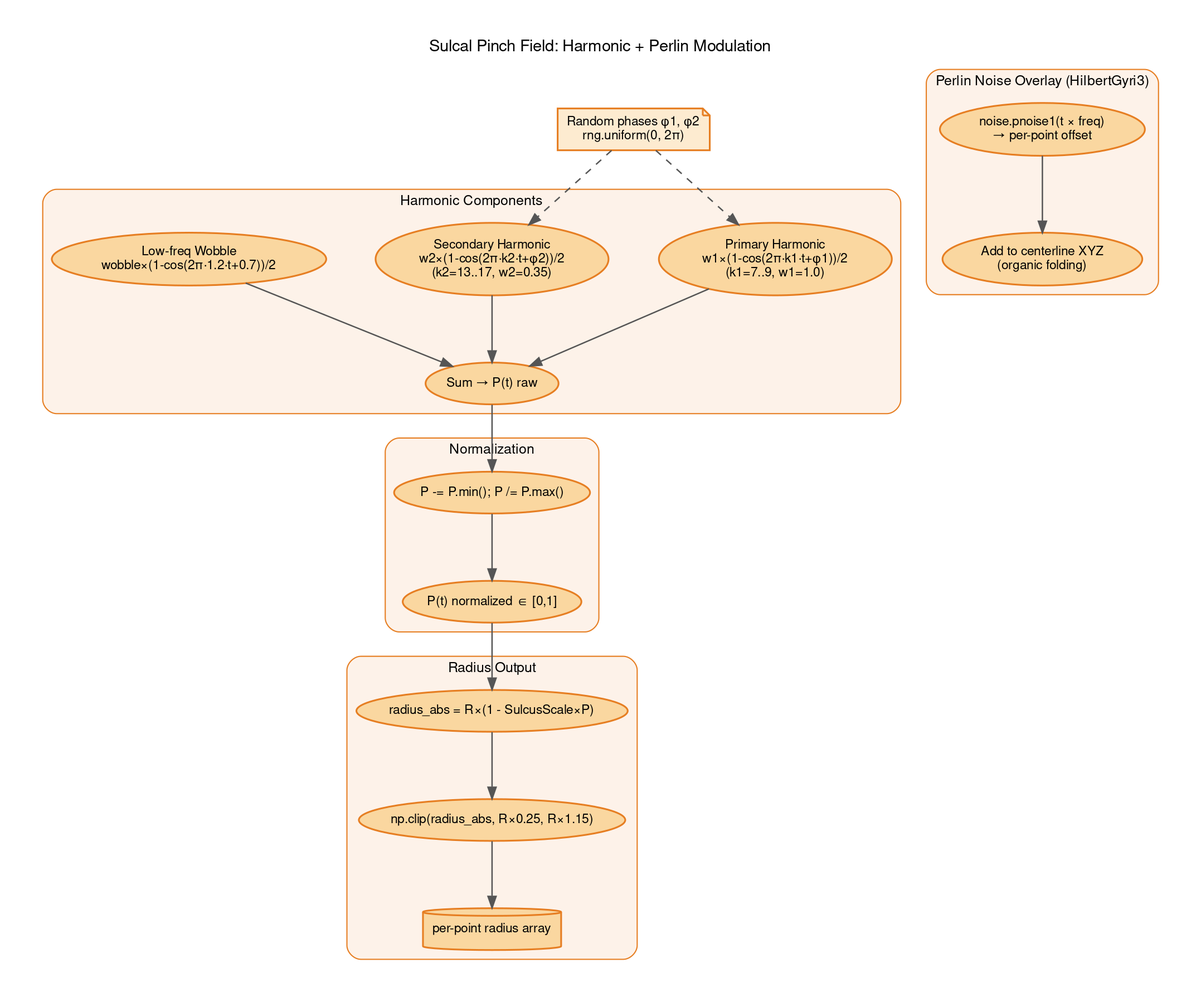
Above: docs/diagrams_25/04_noise_modulation.png in danindiana/hilbertbrane (Graphviz), before the change. Its source is kept beside it as docs/diagrams_25/04_noise_modulation.dot. Source of this version:
```dot
digraph G {
    graph [
        fontname="Helvetica,Arial,sans-serif"
        bgcolor="#ffffff"
        splines=spline
        nodesep=0.6
        ranksep=0.8
        pad=0.4
        labelloc="t"
        labeljust="c"
        fontsize=14
    ]
    node [fontname="Helvetica,Arial,sans-serif" fontsize=11 style="filled,rounded" penwidth=1.5]
    edge [fontname="Helvetica,Arial,sans-serif" fontsize=9 color="#555555" penwidth=1.2]
    graph [label="Sulcal Pinch Field: Harmonic + Perlin Modulation" rankdir="TB"]

    subgraph cluster_harm {
        label="Harmonic Components"
        style="filled,rounded" fillcolor="#FDF2E9" color="#E67E22" fontsize=12
        fontname="Helvetica,Arial,sans-serif"

        h1 [label="Primary Harmonic\nw1×(1-cos(2π·k1·t+φ1))/2\n(k1=7..9, w1=1.0)" fillcolor="#FAD7A0" color="#E67E22"]
        h2 [label="Secondary Harmonic\nw2×(1-cos(2π·k2·t+φ2))/2\n(k2=13..17, w2=0.35)" fillcolor="#FAD7A0" color="#E67E22"]
        h3 [label="Low-freq Wobble\nwobble×(1-cos(2π·1.2·t+0.7))/2" fillcolor="#FAD7A0" color="#E67E22"]
        hsum [label="Sum → P(t) raw" fillcolor="#FAD7A0" color="#E67E22"]
        h1 -> hsum
        h2 -> hsum
        h3 -> hsum
    }

    subgraph cluster_norm {
        label="Normalization"
        style="filled,rounded" fillcolor="#FDF2E9" color="#E67E22" fontsize=12
        fontname="Helvetica,Arial,sans-serif"

        n1 [label="P -= P.min(); P /= P.max()" fillcolor="#FAD7A0" color="#E67E22"]
        n2 [label="P(t) normalized ∈ [0,1]" fillcolor="#FAD7A0" color="#E67E22"]
        n1 -> n2
    }

    subgraph cluster_perlin {
        label="Perlin Noise Overlay (HilbertGyri3)"
        style="filled,rounded" fillcolor="#FDF2E9" color="#E67E22" fontsize=12
        fontname="Helvetica,Arial,sans-serif"

        pn1 [label="noise.pnoise1(t × freq)\n→ per-point offset" fillcolor="#FAD7A0" color="#E67E22"]
        pn2 [label="Add to centerline XYZ\n(organic folding)" shape=ellipse fillcolor="#FAD7A0" color="#E67E22"]
        pn1 -> pn2
    }

    subgraph cluster_out {
        label="Radius Output"
        style="filled,rounded" fillcolor="#FDF2E9" color="#E67E22" fontsize=12
        fontname="Helvetica,Arial,sans-serif"

        ro1 [label="radius_abs = R×(1 - SulcusScale×P)" fillcolor="#FAD7A0" color="#E67E22"]
        ro2 [label="np.clip(radius_abs, R×0.25, R×1.15)" fillcolor="#FAD7A0" color="#E67E22"]
        ro3 [label="per-point radius array" shape=cylinder fillcolor="#FAD7A0" color="#E67E22"]
        ro1 -> ro2 -> ro3
    }

    phases [label="Random phases φ1, φ2\nrng.uniform(0, 2π)" shape=note fillcolor="#FDEBD0" color="#E67E22"]
    hsum -> n1
    n2 -> ro1
    phases -> h1 [style=dashed]
    phases -> h2 [style=dashed]
}
```
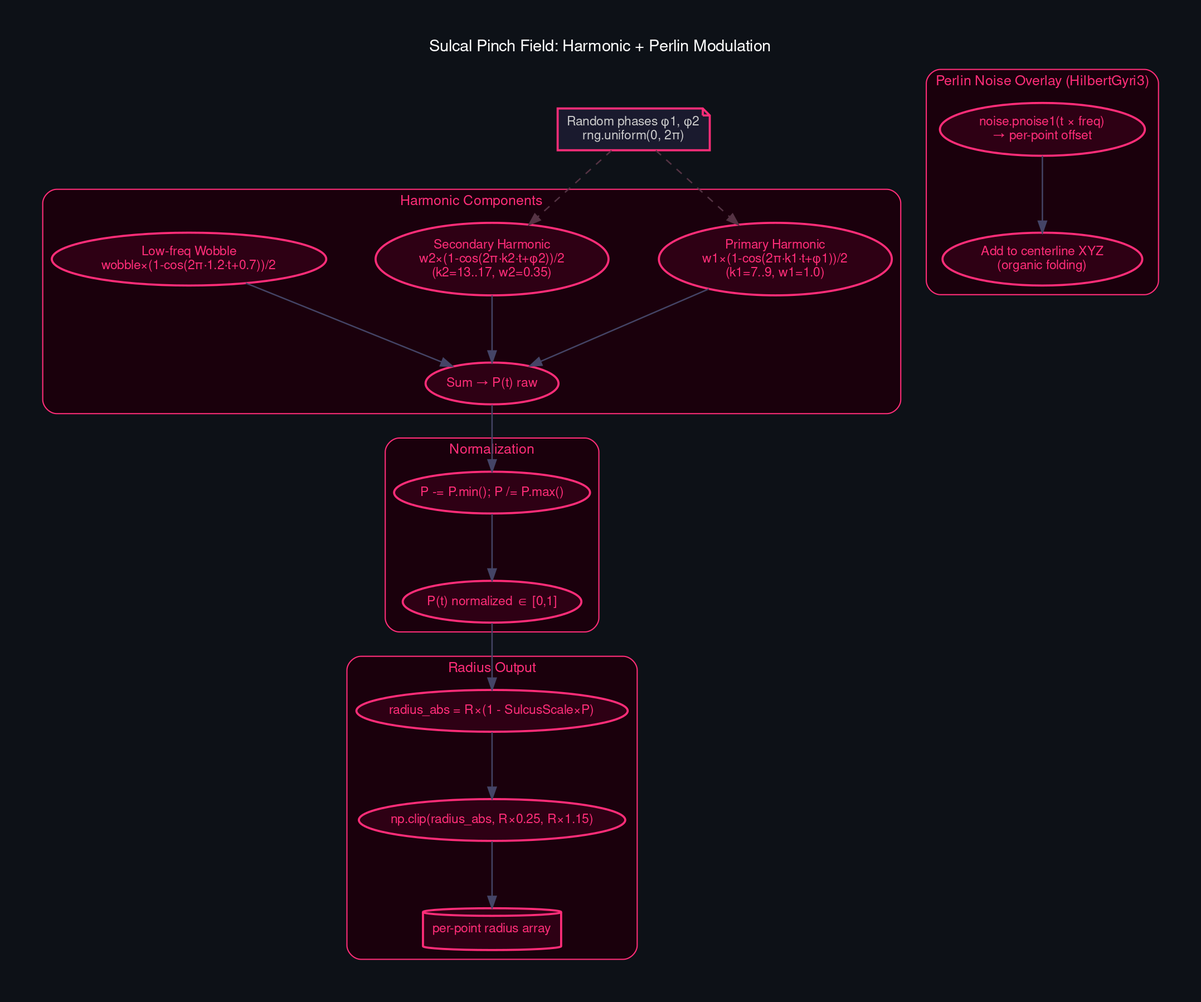
After the commit.

Change to the diagram source:
```diff
@@ -1,7 +1,8 @@
 digraph G {
     graph [
         fontname="Helvetica,Arial,sans-serif"
-        bgcolor="#ffffff"
+        bgcolor="#0d1117"
+        fontcolor="white"
         splines=spline
         nodesep=0.6
         ranksep=0.8
@@ -10,19 +11,19 @@
         labeljust="c"
         fontsize=14
     ]
-    node [fontname="Helvetica,Arial,sans-serif" fontsize=11 style="filled,rounded" penwidth=1.5]
-    edge [fontname="Helvetica,Arial,sans-serif" fontsize=9 color="#555555" penwidth=1.2]
+    node [fontname="Helvetica,Arial,sans-serif" fontsize=11 style="filled,rounded" penwidth=1.8 fontcolor="white"]
+    edge [fontname="Helvetica,Arial,sans-serif" fontsize=9 color="#444466" penwidth=1.2 fontcolor="#aaaacc"]
     graph [label="Sulcal Pinch Field: Harmonic + Perlin Modulation" rankdir="TB"]
 
     subgraph cluster_harm {
         label="Harmonic Components"
-        style="filled,rounded" fillcolor="#FDF2E9" color="#E67E22" fontsize=12
-        fontname="Helvetica,Arial,sans-serif"
+        style="filled,rounded" fillcolor="#1a000c" color="#ff2d78" fontsize=12
+        fontname="Helvetica,Arial,sans-serif" fontcolor="#ff2d78"
 
-        h1 [label="Primary Harmonic\nw1×(1-cos(2π·k1·t+φ1))/2\n(k1=7..9, w1=1.0)" fillcolor="#FAD7A0" color="#E67E22"]
-        h2 [label="Secondary Harmonic\nw2×(1-cos(2π·k2·t+φ2))/2\n(k2=13..17, w2=0.35)" fillcolor="#FAD7A0" color="#E67E22"]
-        h3 [label="Low-freq Wobble\nwobble×(1-cos(2π·1.2·t+0.7))/2" fillcolor="#FAD7A0" color="#E67E22"]
-        hsum [label="Sum → P(t) raw" fillcolor="#FAD7A0" color="#E67E22"]
+        h1 [label="Primary Harmonic\nw1×(1-cos(2π·k1·t+φ1))/2\n(k1=7..9, w1=1.0)" fillcolor="#2e0014" color="#ff2d78" fontcolor="#ff2d78"]
+        h2 [label="Secondary Harmonic\nw2×(1-cos(2π·k2·t+φ2))/2\n(k2=13..17, w2=0.35)" fillcolor="#2e0014" color="#ff2d78" fontcolor="#ff2d78"]
+        h3 [label="Low-freq Wobble\nwobble×(1-cos(2π·1.2·t+0.7))/2" fillcolor="#2e0014" color="#ff2d78" fontcolor="#ff2d78"]
+        hsum [label="Sum → P(t) raw" fillcolor="#2e0014" color="#ff2d78" fontcolor="#ff2d78"]
         h1 -> hsum
         h2 -> hsum
         h3 -> hsum
@@ -30,38 +31,38 @@
 
     subgraph cluster_norm {
         label="Normalization"
-        style="filled,rounded" fillcolor="#FDF2E9" color="#E67E22" fontsize=12
-        fontname="Helvetica,Arial,sans-serif"
+        style="filled,rounded" fillcolor="#1a000c" color="#ff2d78" fontsize=12
+        fontname="Helvetica,Arial,sans-serif" fontcolor="#ff2d78"
 
-        n1 [label="P -= P.min(); P /= P.max()" fillcolor="#FAD7A0" color="#E67E22"]
-        n2 [label="P(t) normalized ∈ [0,1]" fillcolor="#FAD7A0" color="#E67E22"]
+        n1 [label="P -= P.min(); P /= P.max()" fillcolor="#2e0014" color="#ff2d78" fontcolor="#ff2d78"]
+        n2 [label="P(t) normalized ∈ [0,1]" fillcolor="#2e0014" color="#ff2d78" fontcolor="#ff2d78"]
         n1 -> n2
     }
 
     subgraph cluster_perlin {
         label="Perlin Noise Overlay (HilbertGyri3)"
-        style="filled,rounded" fillcolor="#FDF2E9" color="#E67E22" fontsize=12
-        fontname="Helvetica,Arial,sans-serif"
+        style="filled,rounded" fillcolor="#1a000c" color="#ff2d78" fontsize=12
+        fontname="Helvetica,Arial,sans-serif" fontcolor="#ff2d78"
 
-        pn1 [label="noise.pnoise1(t × freq)\n→ per-point offset" fillcolor="#FAD7A0" color="#E67E22"]
-        pn2 [label="Add to centerline XYZ\n(organic folding)" shape=ellipse fillcolor="#FAD7A0" color="#E67E22"]
+        pn1 [label="noise.pnoise1(t × freq)\n→ per-point offset" fillcolor="#2e0014" color="#ff2d78" fontcolor="#ff2d78"]
+        pn2 [label="Add to centerline XYZ\n(organic folding)" shape=ellipse fillcolor="#2e0014" color="#ff2d78" fontcolor="#ff2d78"]
         pn1 -> pn2
     }
 
     subgraph cluster_out {
         label="Radius Output"
-        style="filled,rounded" fillcolor="#FDF2E9" color="#E67E22" fontsize=12
-        fontname="Helvetica,Arial,sans-serif"
+        style="filled,rounded" fillcolor="#1a000c" color="#ff2d78" fontsize=12
+        fontname="Helvetica,Arial,sans-serif" fontcolor="#ff2d78"
 
-        ro1 [label="radius_abs = R×(1 - SulcusScale×P)" fillcolor="#FAD7A0" color="#E67E22"]
-        ro2 [label="np.clip(radius_abs, R×0.25, R×1.15)" fillcolor="#FAD7A0" color="#E67E22"]
-        ro3 [label="per-point radius array" shape=cylinder fillcolor="#FAD7A0" color="#E67E22"]
+        ro1 [label="radius_abs = R×(1 - SulcusScale×P)" fillcolor="#2e0014" color="#ff2d78" fontcolor="#ff2d78"]
+        ro2 [label="np.clip(radius_abs, R×0.25, R×1.15)" fillcolor="#2e0014" color="#ff2d78" fontcolor="#ff2d78"]
+        ro3 [label="per-point radius array" shape=cylinder fillcolor="#2e0014" color="#ff2d78" fontcolor="#ff2d78"]
         ro1 -> ro2 -> ro3
     }
 
-    phases [label="Random phases φ1, φ2\nrng.uniform(0, 2π)" shape=note fillcolor="#FDEBD0" color="#E67E22"]
+    phases [label="Random phases φ1, φ2\nrng.uniform(0, 2π)" shape=note fillcolor="#1a1a2e" color="#ff2d78" fontcolor="#cccccc"]
     hsum -> n1
     n2 -> ro1
-    phases -> h1 [style=dashed]
-    phases -> h2 [style=dashed]
+    phases -> h1 [style=dashed color="#553344"]
+    phases -> h2 [style=dashed color="#553344"]
 }
```
